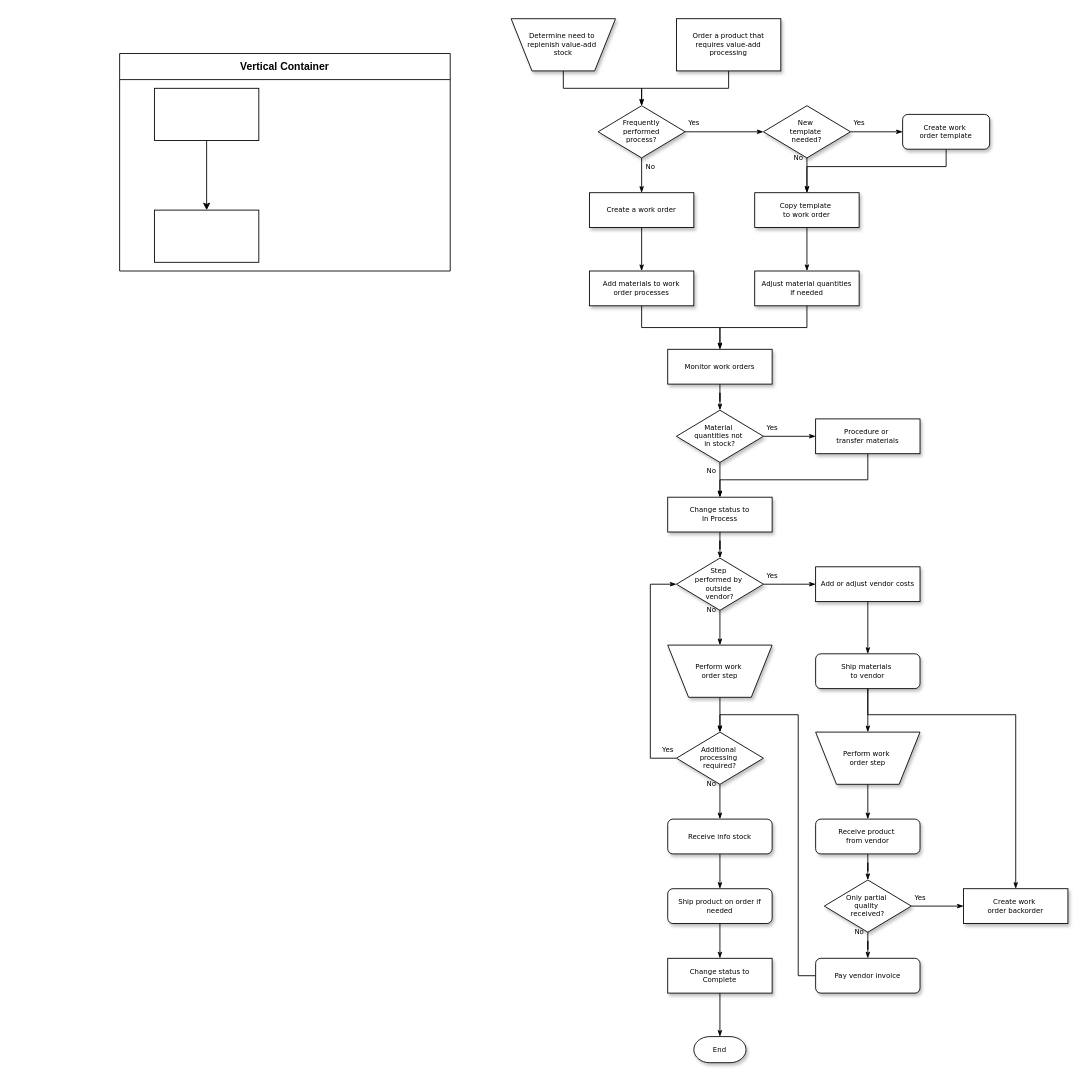
77Torpedo77/study keeps this draw.io diagram as Untitled Diagram.drawio. Above is the earlier version. Source tidied: cells renumbered, new cells numbered last; positions are measured from the earlier drawing's top-left corner, leaving out a move shared by most shapes. Both pictures are drawn from the tidied source at 87%, with x=0, y=0 at pixel (119, 18).
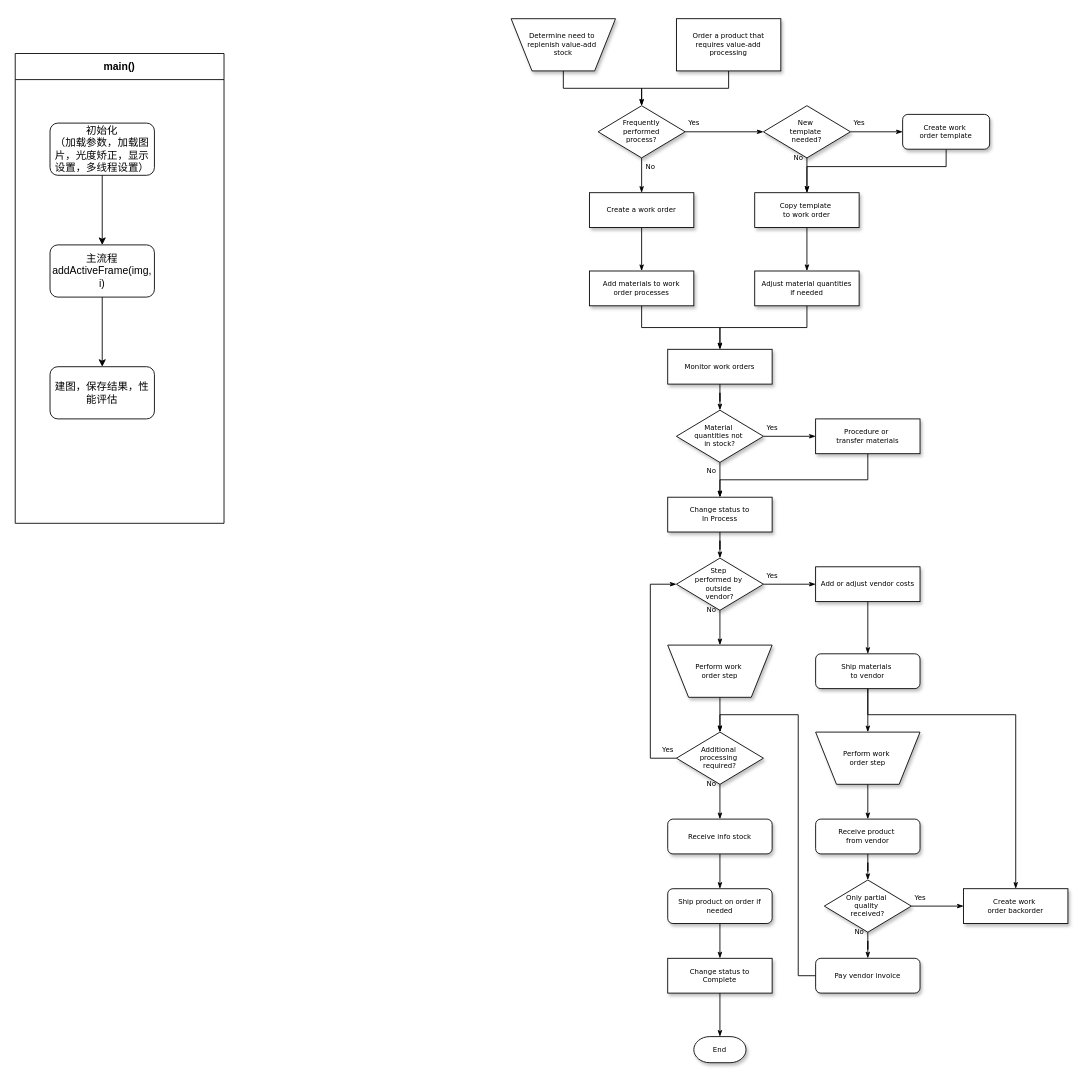
The same diagram, later.

Change to the diagram source:
```diff
@@
-    <mxCell id="61" value="Vertical Container" style="swimlane;startSize=30;" parent="1" vertex="1">
-      <mxGeometry y="40" width="380" height="250" as="geometry" />
+    <mxCell id="61" value="main()" style="swimlane;startSize=30;" parent="1" vertex="1">
+      <mxGeometry x="-120" y="40" width="240" height="540" as="geometry" />
     </mxCell>
-    <mxCell id="62" style="edgeStyle=orthogonalEdgeStyle;rounded=0;jettySize=auto;html=1;" parent="61" edge="1" source="63" target="64">
-      <mxGeometry relative="1" as="geometry" />
-    </mxCell>
-    <mxCell id="63" style="whiteSpace=wrap;html=1;" parent="61" vertex="1">
-      <mxGeometry x="40" y="40" width="120" height="60" as="geometry" />
-    </mxCell>
-    <mxCell id="64" style="whiteSpace=wrap;html=1;" parent="61" vertex="1">
-      <mxGeometry x="40" y="180" width="120" height="60" as="geometry" />
-    </mxCell>
+    <mxCell id="65" style="edgeStyle=orthogonalEdgeStyle;rounded=0;jettySize=auto;html=1;" parent="61" edge="1" source="66" target="67">
+      <mxGeometry relative="1" as="geometry" />
+    </mxCell>
+    <mxCell id="66" value="主流程&lt;br&gt;addActiveFrame(img, i)" style="whiteSpace=wrap;html=1;rounded=1;" parent="61" vertex="1">
+      <mxGeometry x="40" y="220" width="120" height="60" as="geometry" />
+    </mxCell>
+    <mxCell id="67" value="建图，保存结果，性能评估" style="whiteSpace=wrap;html=1;rounded=1;" parent="61" vertex="1">
+      <mxGeometry x="40" y="360" width="120" height="60" as="geometry" />
+    </mxCell>
+    <mxCell id="68" value="初始化&lt;br&gt;（加载参数，加载图片，光度矫正，显示设置，多线程设置）" style="rounded=1;whiteSpace=wrap;html=1;" parent="61" vertex="1">
+      <mxGeometry x="40" y="80" width="120" height="60" as="geometry" />
+    </mxCell>
+    <mxCell id="69" style="edgeStyle=orthogonalEdgeStyle;rounded=0;jettySize=auto;html=1;" parent="61" edge="1" source="68" target="66">
+      <mxGeometry relative="1" as="geometry" />
+    </mxCell>
```
